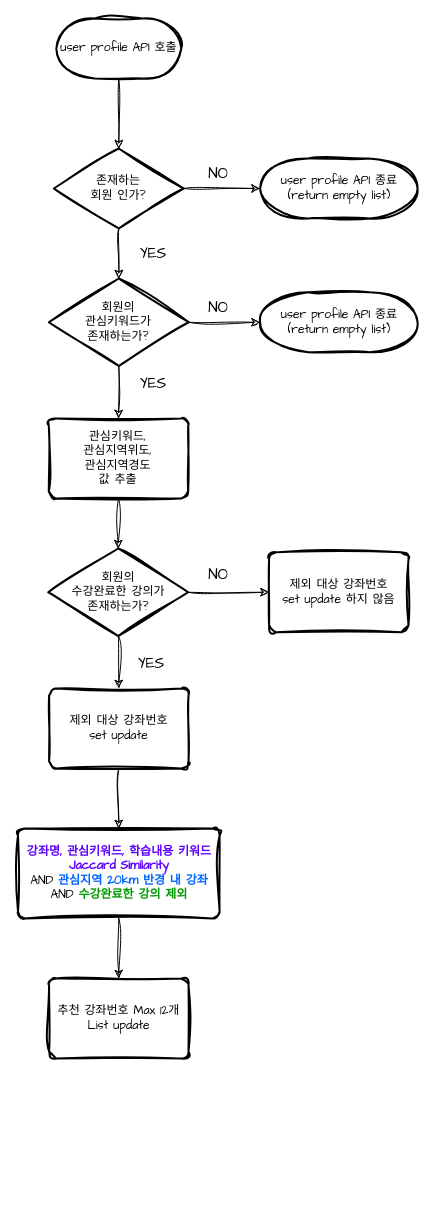
Before: user_profile.drawio in k1mtaeye07/nile, a draw.io diagram. Source tidied: cells renumbered, new cells numbered last; positions are measured from the earlier drawing's top-left corner, leaving out a move shared by most shapes. Both pictures are drawn from the tidied source at 100%, with x=0, y=0 at pixel (18, 18).
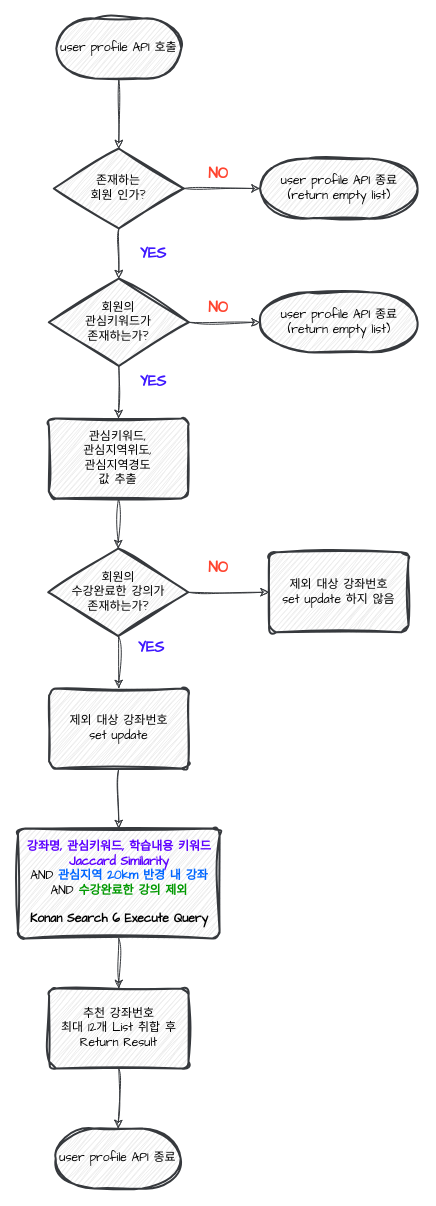
The same page after the edit.

Diff of the diagram source:
```diff
@@
-    <mxCell id="2" value="user profile API 호출" style="strokeWidth=2;html=1;shape=mxgraph.flowchart.terminator;whiteSpace=wrap;sketch=1;hachureGap=4;jiggle=2;curveFitting=1;fontFamily=Architects Daughter;labelBackgroundColor=none;fontStyle=0;" parent="1" vertex="1">
+    <mxCell id="2" value="user profile API 호출" style="strokeWidth=2;html=1;shape=mxgraph.flowchart.terminator;whiteSpace=wrap;sketch=1;hachureGap=4;jiggle=2;curveFitting=1;fontFamily=Architects Daughter;labelBackgroundColor=none;fontStyle=0;fillColor=#eeeeee;strokeColor=#36393d;" parent="1" vertex="1">
       <mxGeometry x="37.8" width="125" height="60" as="geometry" />
     </mxCell>
-    <mxCell id="3" style="endArrow=classic;html=1;rounded=0;sketch=1;hachureGap=4;jiggle=2;curveFitting=1;fontFamily=Architects Daughter;exitX=0.5;exitY=1;exitDx=0;exitDy=0;exitPerimeter=0;entryX=0.5;entryY=0;entryDx=0;entryDy=0;entryPerimeter=0;" parent="1" edge="1" source="2" target="4">
+    <mxCell id="3" style="endArrow=classic;html=1;rounded=0;sketch=1;hachureGap=4;jiggle=2;curveFitting=1;fontFamily=Architects Daughter;exitX=0.5;exitY=1;exitDx=0;exitDy=0;exitPerimeter=0;entryX=0.5;entryY=0;entryDx=0;entryDy=0;entryPerimeter=0;fillColor=#eeeeee;strokeColor=#36393d;" parent="1" edge="1" source="2" target="4">
       <mxGeometry relative="1" as="geometry" />
     </mxCell>
-    <mxCell id="4" value="존재하는&lt;div&gt;회원 인가?&lt;/div&gt;" style="strokeWidth=2;html=1;shape=mxgraph.flowchart.decision;whiteSpace=wrap;sketch=1;hachureGap=4;jiggle=2;curveFitting=1;fontFamily=Architects Daughter;" parent="1" vertex="1">
+    <mxCell id="4" value="존재하는&lt;div&gt;회원 인가?&lt;/div&gt;" style="strokeWidth=2;html=1;shape=mxgraph.flowchart.decision;whiteSpace=wrap;sketch=1;hachureGap=4;jiggle=2;curveFitting=1;fontFamily=Architects Daughter;fillColor=#eeeeee;strokeColor=#36393d;" parent="1" vertex="1">
       <mxGeometry x="35.3" y="130" width="130" height="80" as="geometry" />
     </mxCell>
-    <mxCell id="5" style="endArrow=classic;html=1;rounded=0;sketch=1;hachureGap=4;jiggle=2;curveFitting=1;fontFamily=Architects Daughter;exitX=1;exitY=0.5;exitDx=0;exitDy=0;exitPerimeter=0;entryX=0;entryY=0.5;entryDx=0;entryDy=0;entryPerimeter=0;" parent="1" edge="1" source="4" target="9">
+    <mxCell id="5" style="endArrow=classic;html=1;rounded=0;sketch=1;hachureGap=4;jiggle=2;curveFitting=1;fontFamily=Architects Daughter;exitX=1;exitY=0.5;exitDx=0;exitDy=0;exitPerimeter=0;entryX=0;entryY=0.5;entryDx=0;entryDy=0;entryPerimeter=0;fillColor=#eeeeee;strokeColor=#36393d;" parent="1" edge="1" source="4" target="9">
       <mxGeometry relative="1" as="geometry" />
     </mxCell>
-    <mxCell id="6" value="YES" style="text;html=1;align=center;verticalAlign=middle;whiteSpace=wrap;rounded=0;fontFamily=Architects Daughter;fontSize=15;" parent="1" vertex="1">
+    <mxCell id="6" value="YES" style="text;html=1;align=center;verticalAlign=middle;whiteSpace=wrap;rounded=0;fontFamily=Architects Daughter;fontSize=15;fillColor=none;fontStyle=1;fontColor=#3E17FF;" parent="1" vertex="1">
       <mxGeometry x="105.3" y="220" width="60" height="30" as="geometry" />
     </mxCell>
-    <mxCell id="7" value="NO" style="text;html=1;align=center;verticalAlign=middle;whiteSpace=wrap;rounded=0;fontFamily=Architects Daughter;fontSize=15;" parent="1" vertex="1">
-      <mxGeometry x="170.3" y="273.8" width="60" height="30" as="geometry" />
-    </mxCell>
-    <mxCell id="8" style="endArrow=classic;html=1;rounded=0;sketch=1;hachureGap=4;jiggle=2;curveFitting=1;fontFamily=Architects Daughter;exitX=0.5;exitY=1;exitDx=0;exitDy=0;exitPerimeter=0;entryX=0.5;entryY=0;entryDx=0;entryDy=0;entryPerimeter=0;" parent="1" edge="1" source="4" target="10">
+    <mxCell id="8" style="endArrow=classic;html=1;rounded=0;sketch=1;hachureGap=4;jiggle=2;curveFitting=1;fontFamily=Architects Daughter;exitX=0.5;exitY=1;exitDx=0;exitDy=0;exitPerimeter=0;entryX=0.5;entryY=0;entryDx=0;entryDy=0;entryPerimeter=0;fillColor=#eeeeee;strokeColor=#36393d;" parent="1" edge="1" source="4" target="10">
       <mxGeometry relative="1" as="geometry" />
     </mxCell>
-    <mxCell id="9" value="user profile API&amp;nbsp;&lt;span style=&quot;background-color: initial;&quot;&gt;종료&lt;/span&gt;&lt;div&gt;&lt;span style=&quot;background-color: initial;&quot;&gt;(return empty list)&lt;/span&gt;&lt;/div&gt;" style="strokeWidth=2;html=1;shape=mxgraph.flowchart.terminator;whiteSpace=wrap;sketch=1;hachureGap=4;jiggle=2;curveFitting=1;fontFamily=Architects Daughter;" parent="1" vertex="1">
+    <mxCell id="9" value="user profile API&amp;nbsp;&lt;span style=&quot;background-color: initial;&quot;&gt;종료&lt;/span&gt;&lt;div&gt;&lt;span style=&quot;background-color: initial;&quot;&gt;(return empty list)&lt;/span&gt;&lt;/div&gt;" style="strokeWidth=2;html=1;shape=mxgraph.flowchart.terminator;whiteSpace=wrap;sketch=1;hachureGap=4;jiggle=2;curveFitting=1;fontFamily=Architects Daughter;fillColor=#eeeeee;strokeColor=#36393d;" parent="1" vertex="1">
       <mxGeometry x="241.6" y="140" width="157.5" height="60" as="geometry" />
     </mxCell>
-    <mxCell id="10" value="회원의&lt;div&gt;관심키워드가&lt;div&gt;존재하는가?&lt;/div&gt;&lt;/div&gt;" style="strokeWidth=2;html=1;shape=mxgraph.flowchart.decision;whiteSpace=wrap;sketch=1;hachureGap=4;jiggle=2;curveFitting=1;fontFamily=Architects Daughter;" parent="1" vertex="1">
+    <mxCell id="10" value="회원의&lt;div&gt;관심키워드가&lt;div&gt;존재하는가?&lt;/div&gt;&lt;/div&gt;" style="strokeWidth=2;html=1;shape=mxgraph.flowchart.decision;whiteSpace=wrap;sketch=1;hachureGap=4;jiggle=2;curveFitting=1;fontFamily=Architects Daughter;fillColor=#eeeeee;strokeColor=#36393d;" parent="1" vertex="1">
       <mxGeometry x="30.3" y="260" width="140" height="87.5" as="geometry" />
     </mxCell>
-    <mxCell id="11" style="endArrow=classic;html=1;rounded=0;sketch=1;hachureGap=4;jiggle=2;curveFitting=1;fontFamily=Architects Daughter;exitX=1;exitY=0.5;exitDx=0;exitDy=0;exitPerimeter=0;entryX=0;entryY=0.5;entryDx=0;entryDy=0;entryPerimeter=0;" parent="1" edge="1" source="10" target="15">
+    <mxCell id="11" style="endArrow=classic;html=1;rounded=0;sketch=1;hachureGap=4;jiggle=2;curveFitting=1;fontFamily=Architects Daughter;exitX=1;exitY=0.5;exitDx=0;exitDy=0;exitPerimeter=0;entryX=0;entryY=0.5;entryDx=0;entryDy=0;entryPerimeter=0;fillColor=#eeeeee;strokeColor=#36393d;" parent="1" edge="1" source="10" target="15">
       <mxGeometry relative="1" as="geometry" />
     </mxCell>
-    <mxCell id="12" value="YES" style="text;html=1;align=center;verticalAlign=middle;whiteSpace=wrap;rounded=0;fontFamily=Architects Daughter;fontSize=15;" parent="1" vertex="1">
-      <mxGeometry x="105.3" y="350" width="60" height="30" as="geometry" />
-    </mxCell>
-    <mxCell id="13" value="NO" style="text;html=1;align=center;verticalAlign=middle;whiteSpace=wrap;rounded=0;fontFamily=Architects Daughter;fontSize=15;" parent="1" vertex="1">
+    <mxCell id="13" value="NO" style="text;html=1;align=center;verticalAlign=middle;whiteSpace=wrap;rounded=0;fontFamily=Architects Daughter;fontSize=15;fillColor=none;fontStyle=1;fontColor=#FF432E;" parent="1" vertex="1">
       <mxGeometry x="170.3" y="140" width="60" height="30" as="geometry" />
     </mxCell>
-    <mxCell id="14" style="endArrow=classic;html=1;rounded=0;sketch=1;hachureGap=4;jiggle=2;curveFitting=1;fontFamily=Architects Daughter;exitX=0.5;exitY=1;exitDx=0;exitDy=0;exitPerimeter=0;entryX=0.5;entryY=0;entryDx=0;entryDy=0;" parent="1" edge="1" source="10" target="16">
+    <mxCell id="14" style="endArrow=classic;html=1;rounded=0;sketch=1;hachureGap=4;jiggle=2;curveFitting=1;fontFamily=Architects Daughter;exitX=0.5;exitY=1;exitDx=0;exitDy=0;exitPerimeter=0;entryX=0.5;entryY=0;entryDx=0;entryDy=0;fillColor=#eeeeee;strokeColor=#36393d;" parent="1" edge="1" source="10" target="16">
       <mxGeometry relative="1" as="geometry" />
     </mxCell>
-    <mxCell id="15" value="user profile API&amp;nbsp;&lt;span style=&quot;background-color: initial;&quot;&gt;종료&lt;/span&gt;&lt;div&gt;&lt;span style=&quot;background-color: initial;&quot;&gt;(return empty list)&lt;/span&gt;&lt;/div&gt;" style="strokeWidth=2;html=1;shape=mxgraph.flowchart.terminator;whiteSpace=wrap;sketch=1;hachureGap=4;jiggle=2;curveFitting=1;fontFamily=Architects Daughter;" parent="1" vertex="1">
+    <mxCell id="15" value="user profile API&amp;nbsp;&lt;span style=&quot;background-color: initial;&quot;&gt;종료&lt;/span&gt;&lt;div&gt;&lt;span style=&quot;background-color: initial;&quot;&gt;(return empty list)&lt;/span&gt;&lt;/div&gt;" style="strokeWidth=2;html=1;shape=mxgraph.flowchart.terminator;whiteSpace=wrap;sketch=1;hachureGap=4;jiggle=2;curveFitting=1;fontFamily=Architects Daughter;fillColor=#eeeeee;strokeColor=#36393d;" parent="1" vertex="1">
       <mxGeometry x="241.6" y="273.8" width="157.5" height="60" as="geometry" />
     </mxCell>
-    <mxCell id="16" value="관심키워드,&lt;div&gt;관심지역위도,&lt;/div&gt;&lt;div&gt;관심지역경도&lt;/div&gt;&lt;div&gt;값 추출&lt;/div&gt;" style="rounded=1;whiteSpace=wrap;html=1;absoluteArcSize=1;arcSize=14;strokeWidth=2;sketch=1;hachureGap=4;jiggle=2;curveFitting=1;fontFamily=Architects Daughter;" parent="1" vertex="1">
+    <mxCell id="16" value="관심키워드,&lt;div&gt;관심지역위도,&lt;/div&gt;&lt;div&gt;관심지역경도&lt;/div&gt;&lt;div&gt;값 추출&lt;/div&gt;" style="rounded=1;whiteSpace=wrap;html=1;absoluteArcSize=1;arcSize=14;strokeWidth=2;sketch=1;hachureGap=4;jiggle=2;curveFitting=1;fontFamily=Architects Daughter;fillColor=#eeeeee;strokeColor=#36393d;" parent="1" vertex="1">
       <mxGeometry x="30.3" y="400" width="139.4" height="80" as="geometry" />
     </mxCell>
-    <mxCell id="17" style="endArrow=classic;html=1;rounded=0;sketch=1;hachureGap=4;jiggle=2;curveFitting=1;fontFamily=Architects Daughter;exitX=0.5;exitY=1;exitDx=0;exitDy=0;entryX=0.5;entryY=0;entryDx=0;entryDy=0;entryPerimeter=0;" parent="1" edge="1" source="16" target="18">
+    <mxCell id="17" style="endArrow=classic;html=1;rounded=0;sketch=1;hachureGap=4;jiggle=2;curveFitting=1;fontFamily=Architects Daughter;exitX=0.5;exitY=1;exitDx=0;exitDy=0;entryX=0.5;entryY=0;entryDx=0;entryDy=0;entryPerimeter=0;fillColor=#eeeeee;strokeColor=#36393d;" parent="1" edge="1" source="16" target="18">
       <mxGeometry relative="1" as="geometry" />
     </mxCell>
-    <mxCell id="18" value="회원의&lt;div&gt;수강완료한&amp;nbsp;&lt;span style=&quot;background-color: initial;&quot;&gt;강의가&lt;/span&gt;&lt;/div&gt;&lt;div&gt;&lt;span style=&quot;background-color: initial;&quot;&gt;존재하는가?&lt;/span&gt;&lt;/div&gt;" style="strokeWidth=2;html=1;shape=mxgraph.flowchart.decision;whiteSpace=wrap;sketch=1;hachureGap=4;jiggle=2;curveFitting=1;fontFamily=Architects Daughter;" parent="1" vertex="1">
+    <mxCell id="18" value="회원의&lt;div&gt;수강완료한&amp;nbsp;&lt;span style=&quot;background-color: initial;&quot;&gt;강의가&lt;/span&gt;&lt;/div&gt;&lt;div&gt;&lt;span style=&quot;background-color: initial;&quot;&gt;존재하는가?&lt;/span&gt;&lt;/div&gt;" style="strokeWidth=2;html=1;shape=mxgraph.flowchart.decision;whiteSpace=wrap;sketch=1;hachureGap=4;jiggle=2;curveFitting=1;fontFamily=Architects Daughter;fillColor=#eeeeee;strokeColor=#36393d;" parent="1" vertex="1">
       <mxGeometry x="29.7" y="530" width="140" height="87.5" as="geometry" />
     </mxCell>
-    <mxCell id="19" value="YES" style="text;html=1;align=center;verticalAlign=middle;whiteSpace=wrap;rounded=0;fontFamily=Architects Daughter;fontSize=15;" parent="1" vertex="1">
-      <mxGeometry x="102.8" y="630" width="60" height="30" as="geometry" />
-    </mxCell>
-    <mxCell id="20" style="endArrow=classic;html=1;rounded=0;sketch=1;hachureGap=4;jiggle=2;curveFitting=1;fontFamily=Architects Daughter;entryX=0.5;entryY=0;entryDx=0;entryDy=0;" parent="1" edge="1" source="18" target="24">
+    <mxCell id="20" style="endArrow=classic;html=1;rounded=0;sketch=1;hachureGap=4;jiggle=2;curveFitting=1;fontFamily=Architects Daughter;entryX=0.5;entryY=0;entryDx=0;entryDy=0;fillColor=#eeeeee;strokeColor=#36393d;" parent="1" edge="1" source="18" target="24">
       <mxGeometry relative="1" as="geometry" />
     </mxCell>
-    <mxCell id="21" style="endArrow=classic;html=1;rounded=0;sketch=1;hachureGap=4;jiggle=2;curveFitting=1;fontFamily=Architects Daughter;exitX=1;exitY=0.5;exitDx=0;exitDy=0;exitPerimeter=0;entryX=0;entryY=0.5;entryDx=0;entryDy=0;" parent="1" edge="1" source="18" target="23">
+    <mxCell id="21" style="endArrow=classic;html=1;rounded=0;sketch=1;hachureGap=4;jiggle=2;curveFitting=1;fontFamily=Architects Daughter;exitX=1;exitY=0.5;exitDx=0;exitDy=0;exitPerimeter=0;entryX=0;entryY=0.5;entryDx=0;entryDy=0;fillColor=#eeeeee;strokeColor=#36393d;" parent="1" edge="1" source="18" target="23">
       <mxGeometry relative="1" as="geometry" />
     </mxCell>
-    <mxCell id="22" value="NO" style="text;html=1;align=center;verticalAlign=middle;whiteSpace=wrap;rounded=0;fontFamily=Architects Daughter;fontSize=15;" parent="1" vertex="1">
-      <mxGeometry x="169.7" y="541" width="60" height="30" as="geometry" />
-    </mxCell>
-    <mxCell id="23" value="제외 대상 강좌번호&lt;div&gt;set update 하지 않음&lt;/div&gt;" style="rounded=1;whiteSpace=wrap;html=1;absoluteArcSize=1;arcSize=14;strokeWidth=2;sketch=1;hachureGap=4;jiggle=2;curveFitting=1;fontFamily=Architects Daughter;" parent="1" vertex="1">
+    <mxCell id="23" value="제외 대상 강좌번호&lt;div&gt;set update 하지 않음&lt;/div&gt;" style="rounded=1;whiteSpace=wrap;html=1;absoluteArcSize=1;arcSize=14;strokeWidth=2;sketch=1;hachureGap=4;jiggle=2;curveFitting=1;fontFamily=Architects Daughter;fillColor=#eeeeee;strokeColor=#36393d;" parent="1" vertex="1">
       <mxGeometry x="250.6" y="533.8" width="139.4" height="80" as="geometry" />
     </mxCell>
-    <mxCell id="24" value="제외 대상 강좌번호&lt;div&gt;set update&lt;/div&gt;" style="rounded=1;whiteSpace=wrap;html=1;absoluteArcSize=1;arcSize=14;strokeWidth=2;sketch=1;hachureGap=4;jiggle=2;curveFitting=1;fontFamily=Architects Daughter;" parent="1" vertex="1">
+    <mxCell id="24" value="제외 대상 강좌번호&lt;div&gt;set update&lt;/div&gt;" style="rounded=1;whiteSpace=wrap;html=1;absoluteArcSize=1;arcSize=14;strokeWidth=2;sketch=1;hachureGap=4;jiggle=2;curveFitting=1;fontFamily=Architects Daughter;fillColor=#eeeeee;strokeColor=#36393d;" parent="1" vertex="1">
       <mxGeometry x="30.6" y="670" width="139.4" height="80" as="geometry" />
     </mxCell>
-    <mxCell id="25" value="&lt;font color=&quot;#5d00ff&quot;&gt;&lt;b&gt;강좌명, 관심키워드, 학습내용 키워드 Jaccard Similarity&lt;/b&gt;&lt;/font&gt;&lt;div&gt;AND &lt;font color=&quot;#0066ff&quot;&gt;&lt;b&gt;관심지역 20km 반경 내 강좌&lt;/b&gt;&lt;/font&gt;&lt;/div&gt;&lt;div&gt;&lt;span style=&quot;background-color: initial;&quot;&gt;AND &lt;font color=&quot;#009900&quot;&gt;&lt;b&gt;수강완료한 강의 제외&lt;/b&gt;&lt;/font&gt;&lt;/span&gt;&lt;/div&gt;" style="rounded=1;whiteSpace=wrap;html=1;absoluteArcSize=1;arcSize=14;strokeWidth=2;sketch=1;hachureGap=4;jiggle=2;curveFitting=1;fontFamily=Architects Daughter;" parent="1" vertex="1">
-      <mxGeometry x="-0.5" y="810" width="201.6" height="90" as="geometry" />
+    <mxCell id="25" value="&lt;font color=&quot;#5d00ff&quot;&gt;&lt;b&gt;강좌명, 관심키워드, 학습내용 키워드 Jaccard Similarity&lt;/b&gt;&lt;/font&gt;&lt;div&gt;AND &lt;font color=&quot;#0066ff&quot;&gt;&lt;b&gt;관심지역 20km 반경 내 강좌&lt;/b&gt;&lt;/font&gt;&lt;/div&gt;&lt;div&gt;&lt;span style=&quot;background-color: initial;&quot;&gt;AND &lt;font color=&quot;#009900&quot;&gt;&lt;b&gt;수강완료한 강의 제외&lt;/b&gt;&lt;/font&gt;&lt;/span&gt;&lt;/div&gt;&lt;div&gt;&lt;span style=&quot;background-color: initial;&quot;&gt;&lt;font color=&quot;#009900&quot;&gt;&lt;b&gt;&lt;br&gt;&lt;/b&gt;&lt;/font&gt;&lt;/span&gt;&lt;/div&gt;&lt;div&gt;&lt;b style=&quot;&quot;&gt;Konan Search 6&amp;nbsp;&lt;/b&gt;&lt;span style=&quot;background-color: initial;&quot;&gt;&lt;b style=&quot;&quot;&gt;Execute Query&lt;/b&gt;&lt;/span&gt;&lt;/div&gt;" style="rounded=1;whiteSpace=wrap;html=1;absoluteArcSize=1;arcSize=14;strokeWidth=2;sketch=1;hachureGap=4;jiggle=2;curveFitting=1;fontFamily=Architects Daughter;fillColor=#eeeeee;strokeColor=#36393d;" parent="1" vertex="1">
+      <mxGeometry x="-0.5" y="810" width="201.6" height="110" as="geometry" />
     </mxCell>
-    <mxCell id="26" style="endArrow=classic;html=1;rounded=0;sketch=1;hachureGap=4;jiggle=2;curveFitting=1;fontFamily=Architects Daughter;entryX=0.5;entryY=0;entryDx=0;entryDy=0;exitX=0.5;exitY=1;exitDx=0;exitDy=0;" parent="1" edge="1" source="24" target="25">
+    <mxCell id="26" style="endArrow=classic;html=1;rounded=0;sketch=1;hachureGap=4;jiggle=2;curveFitting=1;fontFamily=Architects Daughter;entryX=0.5;entryY=0;entryDx=0;entryDy=0;exitX=0.5;exitY=1;exitDx=0;exitDy=0;fillColor=#eeeeee;strokeColor=#36393d;" parent="1" edge="1" source="24" target="25">
       <mxGeometry relative="1" as="geometry" />
     </mxCell>
-    <mxCell id="27" style="endArrow=classic;html=1;rounded=0;sketch=1;hachureGap=4;jiggle=2;curveFitting=1;fontFamily=Architects Daughter;exitX=0.5;exitY=1;exitDx=0;exitDy=0;entryX=0.5;entryY=0;entryDx=0;entryDy=0;" parent="1" edge="1" source="25" target="28">
+    <mxCell id="27" style="endArrow=classic;html=1;rounded=0;sketch=1;hachureGap=4;jiggle=2;curveFitting=1;fontFamily=Architects Daughter;exitX=0.5;exitY=1;exitDx=0;exitDy=0;entryX=0.5;entryY=0;entryDx=0;entryDy=0;fillColor=#eeeeee;strokeColor=#36393d;" parent="1" edge="1" source="25" target="28">
       <mxGeometry relative="1" as="geometry" />
     </mxCell>
-    <mxCell id="28" value="추천 강좌번호 Max 12개&lt;div&gt;List update&lt;/div&gt;" style="rounded=1;whiteSpace=wrap;html=1;absoluteArcSize=1;arcSize=14;strokeWidth=2;sketch=1;hachureGap=4;jiggle=2;curveFitting=1;fontFamily=Architects Daughter;" parent="1" vertex="1">
-      <mxGeometry x="30.6" y="960" width="139.4" height="80" as="geometry" />
+    <mxCell id="28" value="추천 강좌번호&lt;div&gt;최대 12개&amp;nbsp;&lt;span style=&quot;background-color: initial;&quot;&gt;List 취합 후 Return Result&lt;/span&gt;&lt;/div&gt;" style="rounded=1;whiteSpace=wrap;html=1;absoluteArcSize=1;arcSize=14;strokeWidth=2;sketch=1;hachureGap=4;jiggle=2;curveFitting=1;fontFamily=Architects Daughter;fillColor=#eeeeee;strokeColor=#36393d;" parent="1" vertex="1">
+      <mxGeometry x="30.6" y="970" width="139.4" height="80" as="geometry" />
     </mxCell>
+    <mxCell id="29" value="NO" style="text;html=1;align=center;verticalAlign=middle;whiteSpace=wrap;rounded=0;fontFamily=Architects Daughter;fontSize=15;fillColor=none;fontStyle=1;fontColor=#FF432E;" parent="1" vertex="1">
+      <mxGeometry x="170.3" y="273.8" width="60" height="30" as="geometry" />
+    </mxCell>
+    <mxCell id="30" value="NO" style="text;html=1;align=center;verticalAlign=middle;whiteSpace=wrap;rounded=0;fontFamily=Architects Daughter;fontSize=15;fillColor=none;fontStyle=1;fontColor=#FF432E;" parent="1" vertex="1">
+      <mxGeometry x="170.3" y="533.8" width="60" height="30" as="geometry" />
+    </mxCell>
+    <mxCell id="31" value="YES" style="text;html=1;align=center;verticalAlign=middle;whiteSpace=wrap;rounded=0;fontFamily=Architects Daughter;fontSize=15;fillColor=none;fontStyle=1;fontColor=#3E17FF;" parent="1" vertex="1">
+      <mxGeometry x="105.3" y="347.5" width="60" height="30" as="geometry" />
+    </mxCell>
+    <mxCell id="32" value="YES" style="text;html=1;align=center;verticalAlign=middle;whiteSpace=wrap;rounded=0;fontFamily=Architects Daughter;fontSize=15;fillColor=none;fontStyle=1;fontColor=#3E17FF;" parent="1" vertex="1">
+      <mxGeometry x="102.8" y="613.8" width="60" height="30" as="geometry" />
+    </mxCell>
+    <mxCell id="33" value="user profile API 종료" style="strokeWidth=2;html=1;shape=mxgraph.flowchart.terminator;whiteSpace=wrap;sketch=1;hachureGap=4;jiggle=2;curveFitting=1;fontFamily=Architects Daughter;labelBackgroundColor=none;fontStyle=0;fillColor=#eeeeee;strokeColor=#36393d;" parent="1" vertex="1">
+      <mxGeometry x="37.2" y="1110" width="125" height="60" as="geometry" />
+    </mxCell>
+    <mxCell id="34" style="endArrow=classic;html=1;rounded=0;sketch=1;hachureGap=4;jiggle=2;curveFitting=1;fontFamily=Architects Daughter;exitX=0.5;exitY=1;exitDx=0;exitDy=0;entryX=0.5;entryY=0;entryDx=0;entryDy=0;fillColor=#eeeeee;strokeColor=#36393d;entryPerimeter=0;" parent="1" edge="1" source="28" target="33">
+      <mxGeometry relative="1" as="geometry" />
+    </mxCell>
```
